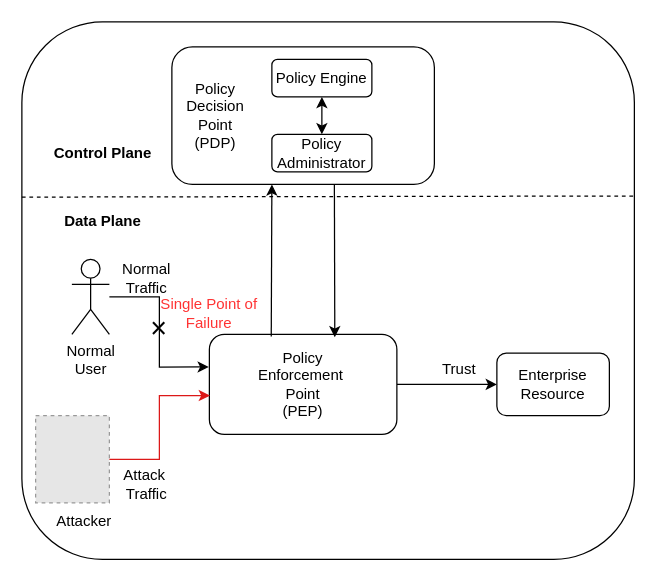
Before: pep_single_point.drawio in Norton-Lin/Picture, a draw.io diagram. Source tidied: cells renumbered, new cells numbered last; positions are measured from the earlier drawing's top-left corner, leaving out a move shared by most shapes. Both pictures are drawn from the tidied source at 125%, with x=0, y=0 at pixel (21, 21). Pictures stored in the file or linked from it are replaced by grey dashed boxes.
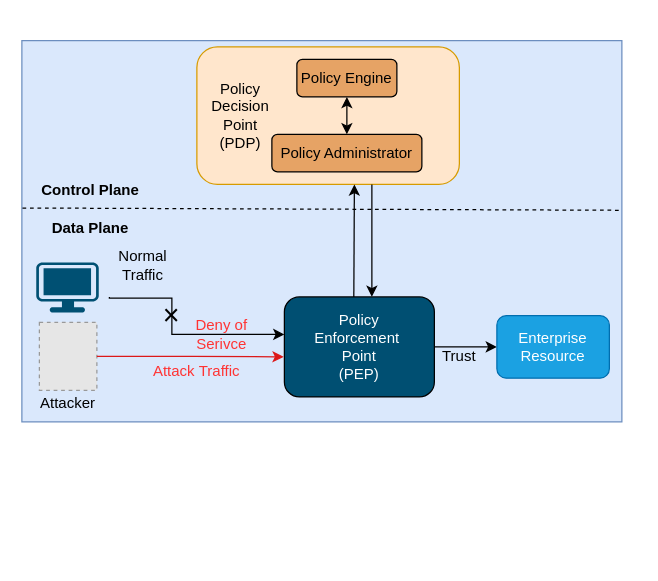
Above is the later version.

Diff of the diagram source:
```diff
@@
-    <mxCell id="2" style="rounded=1;whiteSpace=wrap;html=1;" parent="1" vertex="1">
-      <mxGeometry width="490" height="430" as="geometry" />
-    </mxCell>
+    <mxCell id="26" style="rounded=0;whiteSpace=wrap;html=1;fillColor=#dae8fc;strokeColor=#6c8ebf;" parent="1" vertex="1">
+      <mxGeometry y="15" width="480" height="305" as="geometry" />
+    </mxCell>
-    <mxCell id="3" style="endArrow=none;dashed=1;html=1;rounded=0;exitX=0;exitY=0.326;exitDx=0;exitDy=0;entryX=1;entryY=0.324;entryDx=0;entryDy=0;entryPerimeter=0;exitPerimeter=0;" parent="1" edge="1" source="2" target="2">
+    <mxCell id="3" style="endArrow=none;dashed=1;html=1;rounded=0;entryX=0.997;entryY=0.445;entryDx=0;entryDy=0;entryPerimeter=0;exitX=0.001;exitY=0.439;exitDx=0;exitDy=0;exitPerimeter=0;" parent="1" edge="1" source="26" target="26">
       <mxGeometry relative="1" as="geometry" />
     </mxCell>
     <mxCell id="4" value="&lt;b&gt;Control Plane&lt;/b&gt;" style="text;html=1;align=center;verticalAlign=middle;whiteSpace=wrap;rounded=0;" parent="1" vertex="1">
-      <mxGeometry x="10" y="90" width="110" height="30" as="geometry" />
+      <mxGeometry y="120" width="110" height="30" as="geometry" />
     </mxCell>
     <mxCell id="5" value="&lt;b&gt;Data Plane&lt;/b&gt;" style="text;html=1;align=center;verticalAlign=middle;whiteSpace=wrap;rounded=0;" parent="1" vertex="1">
-      <mxGeometry x="10" y="145" width="110" height="30" as="geometry" />
+      <mxGeometry y="150" width="110" height="30" as="geometry" />
     </mxCell>
-    <mxCell id="6" style="rounded=1;whiteSpace=wrap;html=1;" parent="1" vertex="1">
-      <mxGeometry x="120" y="20" width="210" height="110" as="geometry" />
+    <mxCell id="6" style="rounded=1;whiteSpace=wrap;html=1;fillColor=#ffe6cc;strokeColor=#d79b00;" parent="1" vertex="1">
+      <mxGeometry x="140" y="20" width="210" height="110" as="geometry" />
     </mxCell>
     <mxCell id="7" value="Policy Decision Point&lt;div&gt;(PDP)&lt;/div&gt;" style="text;html=1;align=center;verticalAlign=middle;whiteSpace=wrap;rounded=0;" parent="1" vertex="1">
-      <mxGeometry x="120" y="50" width="70" height="50" as="geometry" />
+      <mxGeometry x="140" y="50" width="70" height="50" as="geometry" />
     </mxCell>
@@
-    <mxCell id="9" value="Policy&lt;div&gt;Enforcement&amp;nbsp;&lt;/div&gt;&lt;div&gt;Point&lt;div&gt;(PEP)&lt;/div&gt;&lt;/div&gt;" style="rounded=1;whiteSpace=wrap;html=1;" parent="1" vertex="1">
-      <mxGeometry x="150" y="250" width="150" height="80" as="geometry" />
+    <mxCell id="9" value="&lt;font style=&quot;color: light-dark(rgb(255, 255, 255), rgb(237, 237, 237));&quot;&gt;Policy&lt;/font&gt;&lt;div&gt;&lt;font style=&quot;color: light-dark(rgb(255, 255, 255), rgb(237, 237, 237));&quot;&gt;Enforcement&amp;nbsp;&lt;/font&gt;&lt;/div&gt;&lt;div&gt;&lt;font style=&quot;color: light-dark(rgb(255, 255, 255), rgb(237, 237, 237));&quot;&gt;Point&lt;/font&gt;&lt;div&gt;&lt;font style=&quot;color: light-dark(rgb(255, 255, 255), rgb(237, 237, 237));&quot;&gt;(PEP)&lt;/font&gt;&lt;/div&gt;&lt;/div&gt;" style="rounded=1;whiteSpace=wrap;html=1;fillColor=light-dark(#004f72, #ededed);" parent="1" vertex="1">
+      <mxGeometry x="210" y="220" width="120" height="80" as="geometry" />
     </mxCell>
-    <mxCell id="10" value="Policy Engine" style="rounded=1;whiteSpace=wrap;html=1;" parent="1" vertex="1">
-      <mxGeometry x="200" y="30" width="80" height="30" as="geometry" />
+    <mxCell id="10" value="Policy Engine" style="rounded=1;whiteSpace=wrap;html=1;fillColor=light-dark(#e6a365, #ededed);" parent="1" vertex="1">
+      <mxGeometry x="220" y="30" width="80" height="30" as="geometry" />
     </mxCell>
-    <mxCell id="11" value="Policy Administrator" style="rounded=1;whiteSpace=wrap;html=1;" parent="1" vertex="1">
-      <mxGeometry x="200" y="90" width="80" height="30" as="geometry" />
+    <mxCell id="11" value="Policy Administrator" style="rounded=1;whiteSpace=wrap;html=1;fillColor=light-dark(#e6a365, #ededed);" parent="1" vertex="1">
+      <mxGeometry x="200" y="90" width="120" height="30" as="geometry" />
     </mxCell>
-    <mxCell id="12" style="endArrow=classic;html=1;rounded=0;exitX=0.33;exitY=0.021;exitDx=0;exitDy=0;exitPerimeter=0;" parent="1" edge="1" source="9">
+    <mxCell id="12" style="endArrow=classic;html=1;rounded=0;exitX=0.463;exitY=0.002;exitDx=0;exitDy=0;exitPerimeter=0;" parent="1" edge="1" source="9">
       <mxGeometry relative="1" as="geometry">
-        <mxPoint x="200" y="130" as="targetPoint" />
+        <mxPoint x="266" y="130" as="targetPoint" />
       </mxGeometry>
     </mxCell>
-    <mxCell id="13" style="endArrow=classic;html=1;rounded=0;entryX=0.669;entryY=0.029;entryDx=0;entryDy=0;entryPerimeter=0;" parent="1" edge="1" target="9">
+    <mxCell id="13" style="endArrow=classic;html=1;rounded=0;" parent="1" edge="1">
       <mxGeometry relative="1" as="geometry">
-        <mxPoint x="250" y="130" as="sourcePoint" />
+        <mxPoint x="280" y="130" as="sourcePoint" />
+        <mxPoint x="280" y="220" as="targetPoint" />
       </mxGeometry>
     </mxCell>
-    <mxCell id="14" value="Enterprise&lt;div&gt;Resource&lt;/div&gt;" style="rounded=1;whiteSpace=wrap;html=1;" parent="1" vertex="1">
-      <mxGeometry x="380" y="265" width="90" height="50" as="geometry" />
+    <mxCell id="14" value="&lt;font style=&quot;color: light-dark(rgb(255, 255, 255), rgb(237, 237, 237));&quot;&gt;Enterprise&lt;/font&gt;&lt;div&gt;&lt;font style=&quot;color: light-dark(rgb(255, 255, 255), rgb(237, 237, 237));&quot;&gt;Resource&lt;/font&gt;&lt;/div&gt;" style="rounded=1;whiteSpace=wrap;html=1;fillColor=#1ba1e2;strokeColor=#006EAF;fontColor=#ffffff;" parent="1" vertex="1">
+      <mxGeometry x="380" y="235" width="90" height="50" as="geometry" />
     </mxCell>
     <mxCell id="15" value="Trust" style="text;html=1;align=center;verticalAlign=middle;whiteSpace=wrap;rounded=0;" parent="1" vertex="1">
-      <mxGeometry x="320" y="260" width="60" height="35" as="geometry" />
+      <mxGeometry x="320" y="250" width="60" height="35" as="geometry" />
     </mxCell>
-    <mxCell id="16" value="Normal&lt;div&gt;User&lt;/div&gt;" style="shape=umlActor;verticalLabelPosition=bottom;verticalAlign=top;html=1;outlineConnect=0;" parent="1" vertex="1">
-      <mxGeometry x="40" y="190" width="30" height="60" as="geometry" />
-    </mxCell>
@@
     <mxCell id="18" style="fillColor=#E6E6E6;strokeColor=#999999;dashed=1;verticalLabelPosition=bottom;labelBackgroundColor=default;verticalAlign=top;" parent="1" vertex="1">
-      <mxGeometry x="11" y="315" width="59" height="69.8" as="geometry" />
+      <mxGeometry x="14" y="240.3" width="46" height="54.4" as="geometry" />
     </mxCell>
-    <mxCell id="19" style="edgeStyle=orthogonalEdgeStyle;rounded=0;jettySize=auto;html=1;entryX=-0.003;entryY=0.326;entryDx=0;entryDy=0;entryPerimeter=0;" parent="1" edge="1" source="16" target="9">
-      <mxGeometry relative="1" as="geometry" />
+    <mxCell id="19" style="edgeStyle=orthogonalEdgeStyle;rounded=0;orthogonalLoop=1;jettySize=auto;html=1;" parent="1" edge="1">
+      <mxGeometry relative="1" as="geometry">
+        <mxPoint x="70" y="220" as="sourcePoint" />
+        <mxPoint x="210" y="250" as="targetPoint" />
+        <Array as="points">
+          <mxPoint x="120" y="221" />
+          <mxPoint x="120" y="250" />
+        </Array>
+      </mxGeometry>
     </mxCell>
-    <mxCell id="20" style="edgeStyle=orthogonalEdgeStyle;rounded=0;jettySize=auto;html=1;entryX=0.003;entryY=0.612;entryDx=0;entryDy=0;entryPerimeter=0;strokeColor=light-dark(#dc1818, #ededed);" parent="1" edge="1" source="18" target="9">
+    <mxCell id="20" style="edgeStyle=orthogonalEdgeStyle;rounded=0;jettySize=auto;html=1;entryX=-0.005;entryY=0.6;entryDx=0;entryDy=0;entryPerimeter=0;strokeColor=light-dark(#dc1818, #ededed);exitX=1;exitY=0.5;exitDx=0;exitDy=0;" parent="1" edge="1" source="18" target="9">
       <mxGeometry relative="1" as="geometry" />
     </mxCell>
-    <mxCell id="21" value="Attack&amp;nbsp;&lt;div&gt;Traffic&lt;/div&gt;" style="text;html=1;align=center;verticalAlign=middle;whiteSpace=wrap;rounded=0;" parent="1" vertex="1">
-      <mxGeometry x="70" y="354.8" width="60" height="30" as="geometry" />
+    <mxCell id="21" value="&lt;font style=&quot;color: rgb(255, 51, 51);&quot;&gt;Attack&amp;nbsp;&lt;span style=&quot;background-color: transparent;&quot;&gt;Traffic&lt;/span&gt;&lt;/font&gt;" style="text;html=1;align=center;verticalAlign=middle;whiteSpace=wrap;rounded=0;" parent="1" vertex="1">
+      <mxGeometry x="90" y="264.7" width="100" height="30" as="geometry" />
     </mxCell>
     <mxCell id="22" value="&lt;font style=&quot;font-size: 23px;&quot;&gt;×&lt;/font&gt;" style="text;html=1;align=center;verticalAlign=middle;whiteSpace=wrap;rounded=0;" parent="1" vertex="1">
-      <mxGeometry x="80" y="230" width="60" height="30" as="geometry" />
+      <mxGeometry x="90" y="220" width="60" height="30" as="geometry" />
     </mxCell>
     <mxCell id="23" value="Normal&lt;div&gt;Traffic&lt;/div&gt;" style="text;html=1;align=center;verticalAlign=middle;whiteSpace=wrap;rounded=0;" parent="1" vertex="1">
-      <mxGeometry x="70" y="190" width="60" height="30" as="geometry" />
+      <mxGeometry x="67" y="180" width="60" height="30" as="geometry" />
     </mxCell>
-    <mxCell id="24" value="&lt;font style=&quot;color: rgb(255, 51, 51);&quot;&gt;Single Point of Failure&lt;/font&gt;" style="text;html=1;align=center;verticalAlign=middle;whiteSpace=wrap;rounded=0;" parent="1" vertex="1">
-      <mxGeometry x="110" y="215" width="80" height="35" as="geometry" />
+    <mxCell id="24" value="&lt;font style=&quot;color: rgb(255, 51, 51);&quot;&gt;Deny of Serivce&lt;/font&gt;" style="text;html=1;align=center;verticalAlign=middle;whiteSpace=wrap;rounded=0;" parent="1" vertex="1">
+      <mxGeometry x="120" y="232.5" width="80" height="35" as="geometry" />
     </mxCell>
     <mxCell id="25" value="Attacker" style="text;html=1;align=center;verticalAlign=middle;whiteSpace=wrap;rounded=0;" parent="1" vertex="1">
-      <mxGeometry x="20" y="384.8" width="60" height="30" as="geometry" />
+      <mxGeometry x="6.5" y="290" width="60" height="30" as="geometry" />
     </mxCell>
+    <mxCell id="27" style="verticalLabelPosition=bottom;sketch=0;html=1;verticalAlign=top;align=center;shape=mxgraph.cisco19.workstation;fillColor=#005073;strokeColor=none;" parent="1" vertex="1">
+      <mxGeometry x="11.5" y="192.5" width="50" height="40" as="geometry" />
+    </mxCell>
```
